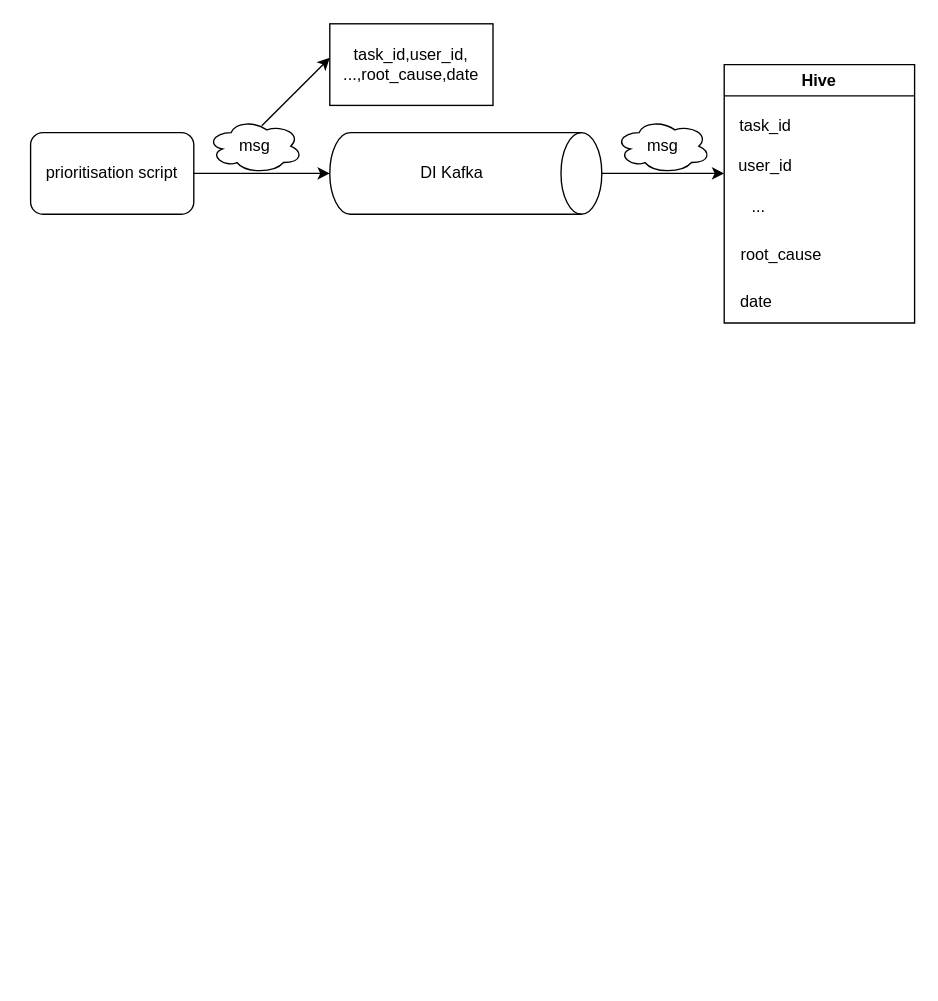
Before: prioritisation tracing.drawio in zzw55486402/20200626, a draw.io diagram. Source tidied: cells renumbered, new cells numbered last; positions are measured from the earlier drawing's top-left corner, leaving out a move shared by most shapes. Both pictures are drawn from the tidied source at 136%, with x=0, y=0 at pixel (30, 23).
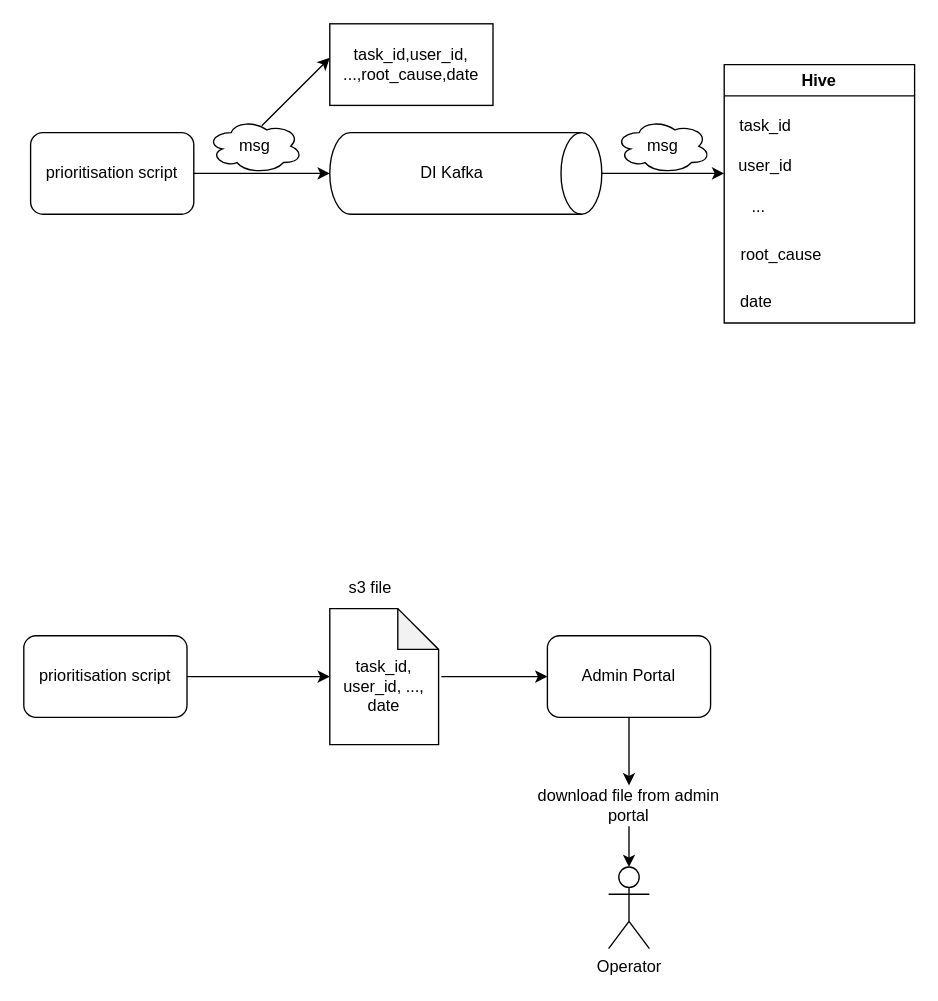
The same diagram, later.

What changed in the source:
```diff
@@
+    <mxCell id="17" value="prioritisation script" style="rounded=1;whiteSpace=wrap;html=1;" parent="1" vertex="1">
+      <mxGeometry x="-5" y="450" width="120" height="60" as="geometry" />
+    </mxCell>
+    <mxCell id="18" style="endArrow=classic;html=1;rounded=0;exitX=1;exitY=0.5;exitDx=0;exitDy=0;entryX=0;entryY=0.5;entryDx=0;entryDy=0;" parent="1" edge="1" source="17">
+      <mxGeometry relative="1" as="geometry">
+        <mxPoint x="220" y="480" as="targetPoint" />
+      </mxGeometry>
+    </mxCell>
+    <mxCell id="19" value="&lt;br&gt;task_id, user_id, ..., date" style="shape=note;whiteSpace=wrap;html=1;backgroundOutline=1;darkOpacity=0.05;" parent="1" vertex="1">
+      <mxGeometry x="220" y="430" width="80" height="100" as="geometry" />
+    </mxCell>
+    <mxCell id="20" value="s3 file" style="text;html=1;strokeColor=none;fillColor=none;align=center;verticalAlign=middle;whiteSpace=wrap;rounded=0;" parent="1" vertex="1">
+      <mxGeometry x="220" y="400" width="60" height="30" as="geometry" />
+    </mxCell>
+    <mxCell id="21" value="Operator" style="shape=umlActor;verticalLabelPosition=bottom;verticalAlign=top;html=1;outlineConnect=0;" parent="1" vertex="1">
+      <mxGeometry x="425" y="620" width="30" height="60" as="geometry" />
+    </mxCell>
+    <mxCell id="22" style="endArrow=classic;html=1;rounded=0;entryX=0.5;entryY=0;entryDx=0;entryDy=0;entryPerimeter=0;exitX=0.5;exitY=1;exitDx=0;exitDy=0;" parent="1" edge="1" source="25" target="21">
+      <mxGeometry relative="1" as="geometry" />
+    </mxCell>
+    <mxCell id="23" value="Admin Portal" style="rounded=1;whiteSpace=wrap;html=1;" parent="1" vertex="1">
+      <mxGeometry x="380" y="450" width="120" height="60" as="geometry" />
+    </mxCell>
+    <mxCell id="24" style="endArrow=classic;html=1;rounded=0;entryX=0.5;entryY=0;entryDx=0;entryDy=0;entryPerimeter=0;exitX=0.5;exitY=1;exitDx=0;exitDy=0;" parent="1" edge="1" source="23" target="25">
+      <mxGeometry relative="1" as="geometry" />
+    </mxCell>
+    <mxCell id="25" value="download file from admin portal" style="text;html=1;strokeColor=none;fillColor=none;align=center;verticalAlign=middle;whiteSpace=wrap;rounded=0;" parent="1" vertex="1">
+      <mxGeometry x="370" y="560" width="140" height="30" as="geometry" />
+    </mxCell>
+    <mxCell id="26" style="endArrow=classic;html=1;rounded=0;exitX=1.025;exitY=0.5;exitDx=0;exitDy=0;exitPerimeter=0;entryX=0;entryY=0.5;entryDx=0;entryDy=0;" parent="1" edge="1" source="19" target="23">
+      <mxGeometry relative="1" as="geometry" />
+    </mxCell>
```
